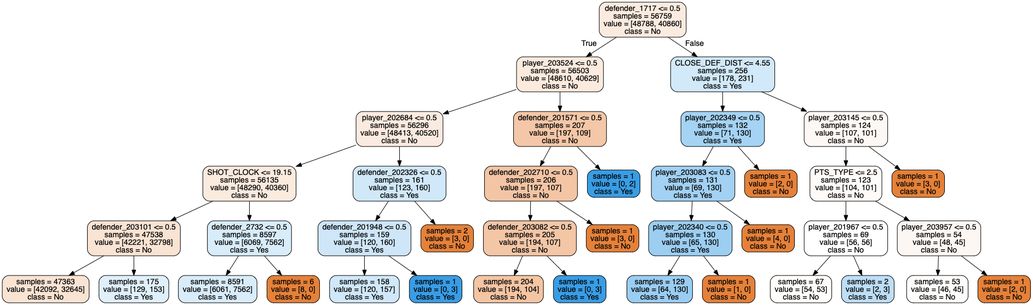
The Graphviz diagram forest_tree_new6.png in tianyi5309/303project, before a commit. Its source is kept beside it as forest_tree_new6.dot.
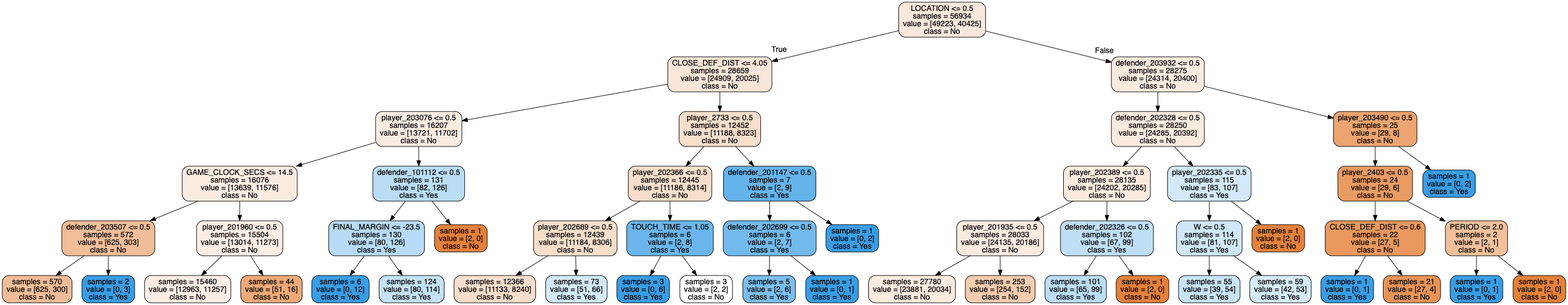
Above is the later version.

Change to the diagram source:
```diff
@@ -1,81 +1,105 @@
 digraph Tree {
 node [shape=box, style="filled, rounded", color="black", fontname=helvetica] ;
 edge [fontname=helvetica] ;
-0 [label="defender_1717 <= 0.5\nsamples = 56759\nvalue = [48788, 40860]\nclass = No", fillcolor="#fbebdf"] ;
-1 [label="player_203524 <= 0.5\nsamples = 56503\nvalue = [48610, 40629]\nclass = No", fillcolor="#fbeade"] ;
+0 [label="LOCATION <= 0.5\nsamples = 56934\nvalue = [49223, 40425]\nclass = No", fillcolor="#fae8dc"] ;
+1 [label="CLOSE_DEF_DIST <= 4.05\nsamples = 28659\nvalue = [24909, 20025]\nclass = No", fillcolor="#fae6d8"] ;
 0 -> 1 [labeldistance=2.5, labelangle=45, headlabel="True"] ;
-2 [label="player_202684 <= 0.5\nsamples = 56296\nvalue = [48413, 40520]\nclass = No", fillcolor="#fbeadf"] ;
+2 [label="player_203076 <= 0.5\nsamples = 16207\nvalue = [13721, 11702]\nclass = No", fillcolor="#fbece2"] ;
 1 -> 2 ;
-3 [label="SHOT_CLOCK <= 19.15\nsamples = 56135\nvalue = [48290, 40360]\nclass = No", fillcolor="#fbeade"] ;
+3 [label="GAME_CLOCK_SECS <= 14.5\nsamples = 16076\nvalue = [13639, 11576]\nclass = No", fillcolor="#fbece1"] ;
 2 -> 3 ;
-4 [label="defender_203101 <= 0.5\nsamples = 47538\nvalue = [42221, 32798]\nclass = No", fillcolor="#f9e3d3"] ;
+4 [label="defender_203507 <= 0.5\nsamples = 572\nvalue = [625, 303]\nclass = No", fillcolor="#f2be99"] ;
 3 -> 4 ;
-5 [label="samples = 47363\nvalue = [42092, 32645]\nclass = No", fillcolor="#f9e3d3"] ;
+5 [label="samples = 570\nvalue = [625, 300]\nclass = No", fillcolor="#f1bd98"] ;
 4 -> 5 ;
-6 [label="samples = 175\nvalue = [129, 153]\nclass = Yes", fillcolor="#e0f0fb"] ;
+6 [label="samples = 2\nvalue = [0, 3]\nclass = Yes", fillcolor="#399de5"] ;
 4 -> 6 ;
-7 [label="defender_2732 <= 0.5\nsamples = 8597\nvalue = [6069, 7562]\nclass = Yes", fillcolor="#d8ecfa"] ;
+7 [label="player_201960 <= 0.5\nsamples = 15504\nvalue = [13014, 11273]\nclass = No", fillcolor="#fceee5"] ;
 3 -> 7 ;
-8 [label="samples = 8591\nvalue = [6061, 7562]\nclass = Yes", fillcolor="#d8ecfa"] ;
+8 [label="samples = 15460\nvalue = [12963, 11257]\nclass = No", fillcolor="#fceee5"] ;
 7 -> 8 ;
-9 [label="samples = 6\nvalue = [8, 0]\nclass = No", fillcolor="#e58139"] ;
+9 [label="samples = 44\nvalue = [51, 16]\nclass = No", fillcolor="#eda977"] ;
 7 -> 9 ;
-10 [label="defender_202326 <= 0.5\nsamples = 161\nvalue = [123, 160]\nclass = Yes", fillcolor="#d1e8f9"] ;
+10 [label="defender_101112 <= 0.5\nsamples = 131\nvalue = [82, 126]\nclass = Yes", fillcolor="#baddf6"] ;
 2 -> 10 ;
-11 [label="defender_201948 <= 0.5\nsamples = 159\nvalue = [120, 160]\nclass = Yes", fillcolor="#cee6f8"] ;
+11 [label="FINAL_MARGIN <= -23.5\nsamples = 130\nvalue = [80, 126]\nclass = Yes", fillcolor="#b7dbf6"] ;
 10 -> 11 ;
-12 [label="samples = 158\nvalue = [120, 157]\nclass = Yes", fillcolor="#d0e8f9"] ;
+12 [label="samples = 6\nvalue = [0, 12]\nclass = Yes", fillcolor="#399de5"] ;
 11 -> 12 ;
-13 [label="samples = 1\nvalue = [0, 3]\nclass = Yes", fillcolor="#399de5"] ;
+13 [label="samples = 124\nvalue = [80, 114]\nclass = Yes", fillcolor="#c4e2f7"] ;
 11 -> 13 ;
-14 [label="samples = 2\nvalue = [3, 0]\nclass = No", fillcolor="#e58139"] ;
+14 [label="samples = 1\nvalue = [2, 0]\nclass = No", fillcolor="#e58139"] ;
 10 -> 14 ;
-15 [label="defender_201571 <= 0.5\nsamples = 207\nvalue = [197, 109]\nclass = No", fillcolor="#f3c7a7"] ;
+15 [label="player_2733 <= 0.5\nsamples = 12452\nvalue = [11188, 8323]\nclass = No", fillcolor="#f8dfcc"] ;
 1 -> 15 ;
-16 [label="defender_202710 <= 0.5\nsamples = 206\nvalue = [197, 107]\nclass = No", fillcolor="#f3c5a5"] ;
+16 [label="player_202366 <= 0.5\nsamples = 12445\nvalue = [11186, 8314]\nclass = No", fillcolor="#f8dfcc"] ;
 15 -> 16 ;
-17 [label="defender_203082 <= 0.5\nsamples = 205\nvalue = [194, 107]\nclass = No", fillcolor="#f3c6a6"] ;
+17 [label="player_202689 <= 0.5\nsamples = 12439\nvalue = [11184, 8306]\nclass = No", fillcolor="#f8dfcc"] ;
 16 -> 17 ;
-18 [label="samples = 204\nvalue = [194, 104]\nclass = No", fillcolor="#f3c5a3"] ;
+18 [label="samples = 12366\nvalue = [11133, 8240]\nclass = No", fillcolor="#f8decc"] ;
 17 -> 18 ;
-19 [label="samples = 1\nvalue = [0, 3]\nclass = Yes", fillcolor="#399de5"] ;
+19 [label="samples = 73\nvalue = [51, 66]\nclass = Yes", fillcolor="#d2e9f9"] ;
 17 -> 19 ;
-20 [label="samples = 1\nvalue = [3, 0]\nclass = No", fillcolor="#e58139"] ;
+20 [label="TOUCH_TIME <= 1.05\nsamples = 6\nvalue = [2, 8]\nclass = Yes", fillcolor="#6ab6ec"] ;
 16 -> 20 ;
-21 [label="samples = 1\nvalue = [0, 2]\nclass = Yes", fillcolor="#399de5"] ;
-15 -> 21 ;
-22 [label="CLOSE_DEF_DIST <= 4.55\nsamples = 256\nvalue = [178, 231]\nclass = Yes", fillcolor="#d2e9f9"] ;
-0 -> 22 [labeldistance=2.5, labelangle=-45, headlabel="False"] ;
-23 [label="player_202349 <= 0.5\nsamples = 132\nvalue = [71, 130]\nclass = Yes", fillcolor="#a5d3f3"] ;
-22 -> 23 ;
-24 [label="player_203083 <= 0.5\nsamples = 131\nvalue = [69, 130]\nclass = Yes", fillcolor="#a2d1f3"] ;
+21 [label="samples = 3\nvalue = [0, 6]\nclass = Yes", fillcolor="#399de5"] ;
+20 -> 21 ;
+22 [label="samples = 3\nvalue = [2, 2]\nclass = No", fillcolor="#ffffff"] ;
+20 -> 22 ;
+23 [label="defender_201147 <= 0.5\nsamples = 7\nvalue = [2, 9]\nclass = Yes", fillcolor="#65b3eb"] ;
+15 -> 23 ;
+24 [label="defender_202699 <= 0.5\nsamples = 6\nvalue = [2, 7]\nclass = Yes", fillcolor="#72b9ec"] ;
 23 -> 24 ;
-25 [label="player_202340 <= 0.5\nsamples = 130\nvalue = [65, 130]\nclass = Yes", fillcolor="#9ccef2"] ;
+25 [label="samples = 5\nvalue = [2, 6]\nclass = Yes", fillcolor="#7bbeee"] ;
 24 -> 25 ;
-26 [label="samples = 129\nvalue = [64, 130]\nclass = Yes", fillcolor="#9acdf2"] ;
-25 -> 26 ;
-27 [label="samples = 1\nvalue = [1, 0]\nclass = No", fillcolor="#e58139"] ;
-25 -> 27 ;
-28 [label="samples = 1\nvalue = [4, 0]\nclass = No", fillcolor="#e58139"] ;
-24 -> 28 ;
-29 [label="samples = 1\nvalue = [2, 0]\nclass = No", fillcolor="#e58139"] ;
-23 -> 29 ;
-30 [label="player_203145 <= 0.5\nsamples = 124\nvalue = [107, 101]\nclass = No", fillcolor="#fef8f4"] ;
-22 -> 30 ;
-31 [label="PTS_TYPE <= 2.5\nsamples = 123\nvalue = [104, 101]\nclass = No", fillcolor="#fefbf9"] ;
+26 [label="samples = 1\nvalue = [0, 1]\nclass = Yes", fillcolor="#399de5"] ;
+24 -> 26 ;
+27 [label="samples = 1\nvalue = [0, 2]\nclass = Yes", fillcolor="#399de5"] ;
+23 -> 27 ;
+28 [label="defender_203932 <= 0.5\nsamples = 28275\nvalue = [24314, 20400]\nclass = No", fillcolor="#fbebdf"] ;
+0 -> 28 [labeldistance=2.5, labelangle=-45, headlabel="False"] ;
+29 [label="defender_202328 <= 0.5\nsamples = 28250\nvalue = [24285, 20392]\nclass = No", fillcolor="#fbebdf"] ;
+28 -> 29 ;
+30 [label="player_202389 <= 0.5\nsamples = 28135\nvalue = [24202, 20285]\nclass = No", fillcolor="#fbebdf"] ;
+29 -> 30 ;
+31 [label="player_201935 <= 0.5\nsamples = 28033\nvalue = [24135, 20186]\nclass = No", fillcolor="#fbeadf"] ;
 30 -> 31 ;
-32 [label="player_201967 <= 0.5\nsamples = 69\nvalue = [56, 56]\nclass = No", fillcolor="#ffffff"] ;
+32 [label="samples = 27780\nvalue = [23881, 20034]\nclass = No", fillcolor="#fbebdf"] ;
 31 -> 32 ;
-33 [label="samples = 67\nvalue = [54, 53]\nclass = No", fillcolor="#fffdfb"] ;
-32 -> 33 ;
-34 [label="samples = 2\nvalue = [2, 3]\nclass = Yes", fillcolor="#bddef6"] ;
-32 -> 34 ;
-35 [label="player_203957 <= 0.5\nsamples = 54\nvalue = [48, 45]\nclass = No", fillcolor="#fdf7f3"] ;
-31 -> 35 ;
-36 [label="samples = 53\nvalue = [46, 45]\nclass = No", fillcolor="#fefcfb"] ;
-35 -> 36 ;
-37 [label="samples = 1\nvalue = [2, 0]\nclass = No", fillcolor="#e58139"] ;
-35 -> 37 ;
-38 [label="samples = 1\nvalue = [3, 0]\nclass = No", fillcolor="#e58139"] ;
-30 -> 38 ;
+33 [label="samples = 253\nvalue = [254, 152]\nclass = No", fillcolor="#f5ccaf"] ;
+31 -> 33 ;
+34 [label="defender_202326 <= 0.5\nsamples = 102\nvalue = [67, 99]\nclass = Yes", fillcolor="#bfdff7"] ;
+30 -> 34 ;
+35 [label="samples = 101\nvalue = [65, 99]\nclass = Yes", fillcolor="#bbddf6"] ;
+34 -> 35 ;
+36 [label="samples = 1\nvalue = [2, 0]\nclass = No", fillcolor="#e58139"] ;
+34 -> 36 ;
+37 [label="player_202335 <= 0.5\nsamples = 115\nvalue = [83, 107]\nclass = Yes", fillcolor="#d3e9f9"] ;
+29 -> 37 ;
+38 [label="W <= 0.5\nsamples = 114\nvalue = [81, 107]\nclass = Yes", fillcolor="#cfe7f9"] ;
+37 -> 38 ;
+39 [label="samples = 55\nvalue = [39, 54]\nclass = Yes", fillcolor="#c8e4f8"] ;
+38 -> 39 ;
+40 [label="samples = 59\nvalue = [42, 53]\nclass = Yes", fillcolor="#d6ebfa"] ;
+38 -> 40 ;
+41 [label="samples = 1\nvalue = [2, 0]\nclass = No", fillcolor="#e58139"] ;
+37 -> 41 ;
+42 [label="player_203490 <= 0.5\nsamples = 25\nvalue = [29, 8]\nclass = No", fillcolor="#eca470"] ;
+28 -> 42 ;
+43 [label="player_2403 <= 0.5\nsamples = 24\nvalue = [29, 6]\nclass = No", fillcolor="#ea9b62"] ;
+42 -> 43 ;
+44 [label="CLOSE_DEF_DIST <= 0.6\nsamples = 22\nvalue = [27, 5]\nclass = No", fillcolor="#ea985e"] ;
+43 -> 44 ;
+45 [label="samples = 1\nvalue = [0, 1]\nclass = Yes", fillcolor="#399de5"] ;
+44 -> 45 ;
+46 [label="samples = 21\nvalue = [27, 4]\nclass = No", fillcolor="#e99456"] ;
+44 -> 46 ;
+47 [label="PERIOD <= 2.0\nsamples = 2\nvalue = [2, 1]\nclass = No", fillcolor="#f2c09c"] ;
+43 -> 47 ;
+48 [label="samples = 1\nvalue = [0, 1]\nclass = Yes", fillcolor="#399de5"] ;
+47 -> 48 ;
+49 [label="samples = 1\nvalue = [2, 0]\nclass = No", fillcolor="#e58139"] ;
+47 -> 49 ;
+50 [label="samples = 1\nvalue = [0, 2]\nclass = Yes", fillcolor="#399de5"] ;
+42 -> 50 ;
 }
```
